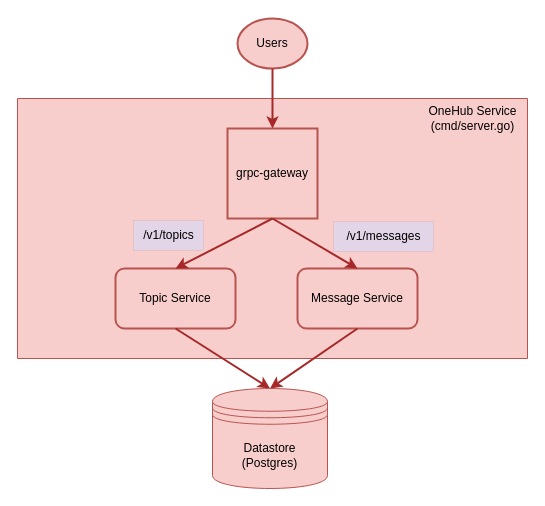
panyam/blog keeps this draw.io diagram as page "Current Architecture" (1 of 2) of public/static/images/Untitled Diagram.drawio. Above is the earlier version. Source tidied: cells renumbered, new cells numbered last; positions are measured from the earlier drawing's top-left corner, leaving out a move shared by most shapes. Both pictures are drawn from the tidied source at 100%, with x=0, y=0 at pixel (17, 18).
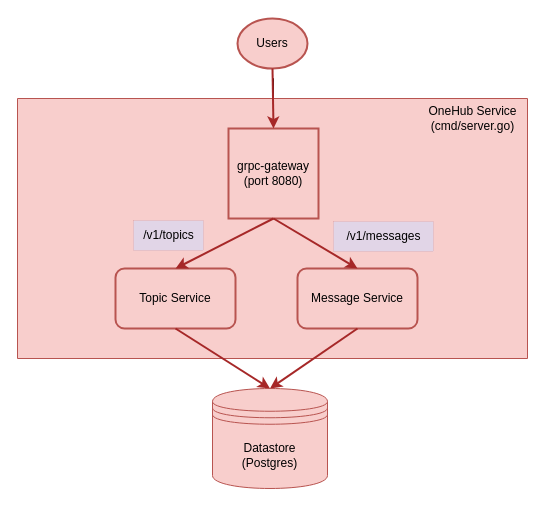
Above is the later version.

Diff of the diagram source:
```diff
@@
 <mxGraphModel>
   <root>
     <mxCell id="0" />
     <mxCell id="1" parent="0" />
     <mxCell id="2" style="edgeStyle=orthogonalEdgeStyle;rounded=0;jettySize=auto;html=1;entryX=0.5;entryY=0;entryDx=0;entryDy=0;" parent="1" edge="1" source="3" target="5">
       <mxGeometry relative="1" as="geometry" />
     </mxCell>
     <mxCell id="3" style="verticalLabelPosition=bottom;verticalAlign=top;html=1;shape=mxgraph.basic.rect;fillColor2=none;strokeWidth=1;size=20;indent=5;fillColor=#f8cecc;strokeColor=#b85450;" parent="1" vertex="1">
       <mxGeometry y="80" width="510" height="260" as="geometry" />
     </mxCell>
     <mxCell id="4" value="Users" style="ellipse;whiteSpace=wrap;html=1;strokeWidth=2;fillColor=#f8cecc;strokeColor=#b85450;" parent="1" vertex="1">
       <mxGeometry x="220" width="70" height="50" as="geometry" />
     </mxCell>
-    <mxCell id="5" value="grpc-gateway" style="whiteSpace=wrap;html=1;fillColor=#f8cecc;strokeColor=#b85450;strokeWidth=2;" parent="1" vertex="1">
-      <mxGeometry x="210" y="110" width="90" height="90" as="geometry" />
+    <mxCell id="5" value="grpc-gateway&lt;br&gt;(port 8080)" style="whiteSpace=wrap;html=1;fillColor=#f8cecc;strokeColor=#b85450;strokeWidth=2;" parent="1" vertex="1">
+      <mxGeometry x="211" y="110" width="90" height="90" as="geometry" />
     </mxCell>
     <mxCell id="6" value="Topic Service" style="rounded=1;whiteSpace=wrap;html=1;fillColor=#f8cecc;strokeColor=#b85450;strokeWidth=2;" parent="1" vertex="1">
       <mxGeometry x="98" y="250" width="120" height="60" as="geometry" />
     </mxCell>
     <mxCell id="7" value="Message Service" style="rounded=1;whiteSpace=wrap;html=1;fillColor=#f8cecc;strokeColor=#b85450;strokeWidth=2;" parent="1" vertex="1">
       <mxGeometry x="280" y="250" width="120" height="60" as="geometry" />
     </mxCell>
     <mxCell id="8" style="endArrow=classic;html=1;rounded=0;exitX=0.5;exitY=1;exitDx=0;exitDy=0;entryX=0.5;entryY=0;entryDx=0;entryDy=0;strokeColor=#A62828;strokeWidth=2;fillColor=#e1d5e7;" parent="1" edge="1" source="5" target="6">
       <mxGeometry relative="1" as="geometry" />
     </mxCell>
     <mxCell id="9" style="endArrow=classic;html=1;rounded=0;exitX=0.5;exitY=1;exitDx=0;exitDy=0;entryX=0.5;entryY=0;entryDx=0;entryDy=0;strokeColor=#A62828;strokeWidth=2;fillColor=#e1d5e7;" parent="1" edge="1" source="5" target="7">
       <mxGeometry relative="1" as="geometry" />
     </mxCell>
     <mxCell id="10" style="endArrow=classic;html=1;rounded=0;exitX=0.5;exitY=1;exitDx=0;exitDy=0;strokeColor=#A62828;strokeWidth=2;fillColor=#e1d5e7;entryX=0.5;entryY=0;entryDx=0;entryDy=0;" parent="1" edge="1" source="7" target="15">
       <mxGeometry relative="1" as="geometry" />
     </mxCell>
     <mxCell id="11" style="endArrow=classic;html=1;rounded=0;exitX=0.5;exitY=1;exitDx=0;exitDy=0;strokeColor=#A62828;strokeWidth=2;fillColor=#e1d5e7;entryX=0.5;entryY=0;entryDx=0;entryDy=0;" parent="1" edge="1" source="6" target="15">
       <mxGeometry relative="1" as="geometry" />
     </mxCell>
     <mxCell id="12" value="/v1/topics" style="text;html=1;align=center;verticalAlign=middle;strokeColor=#A62828;fillColor=#e1d5e7;strokeWidth=0;" parent="1" vertex="1">
       <mxGeometry x="116" y="202" width="70" height="30" as="geometry" />
     </mxCell>
     <mxCell id="13" value="/v1/messages" style="text;html=1;align=center;verticalAlign=middle;strokeColor=#A62828;fillColor=#e1d5e7;strokeWidth=0;" parent="1" vertex="1">
       <mxGeometry x="316" y="203" width="100" height="30" as="geometry" />
     </mxCell>
     <mxCell id="14" style="endArrow=classic;html=1;rounded=0;exitX=0.5;exitY=1;exitDx=0;exitDy=0;entryX=0.5;entryY=0;entryDx=0;entryDy=0;strokeColor=#A62828;strokeWidth=2;fillColor=#e1d5e7;" parent="1" edge="1" source="4" target="5">
       <mxGeometry relative="1" as="geometry" />
     </mxCell>
     <mxCell id="15" value="Datastore&lt;br&gt;(Postgres)" style="shape=datastore;whiteSpace=wrap;html=1;fillColor=#f8cecc;strokeColor=#b85450;" parent="1" vertex="1">
       <mxGeometry x="195" y="370" width="115" height="100" as="geometry" />
     </mxCell>
     <mxCell id="16" value="OneHub Service&lt;br&gt;(cmd/server.go)" style="text;html=1;align=center;verticalAlign=middle;strokeColor=none;fillColor=none;" parent="1" vertex="1">
       <mxGeometry x="400" y="80" width="110" height="40" as="geometry" />
     </mxCell>
   </root>
 </mxGraphModel>
```
